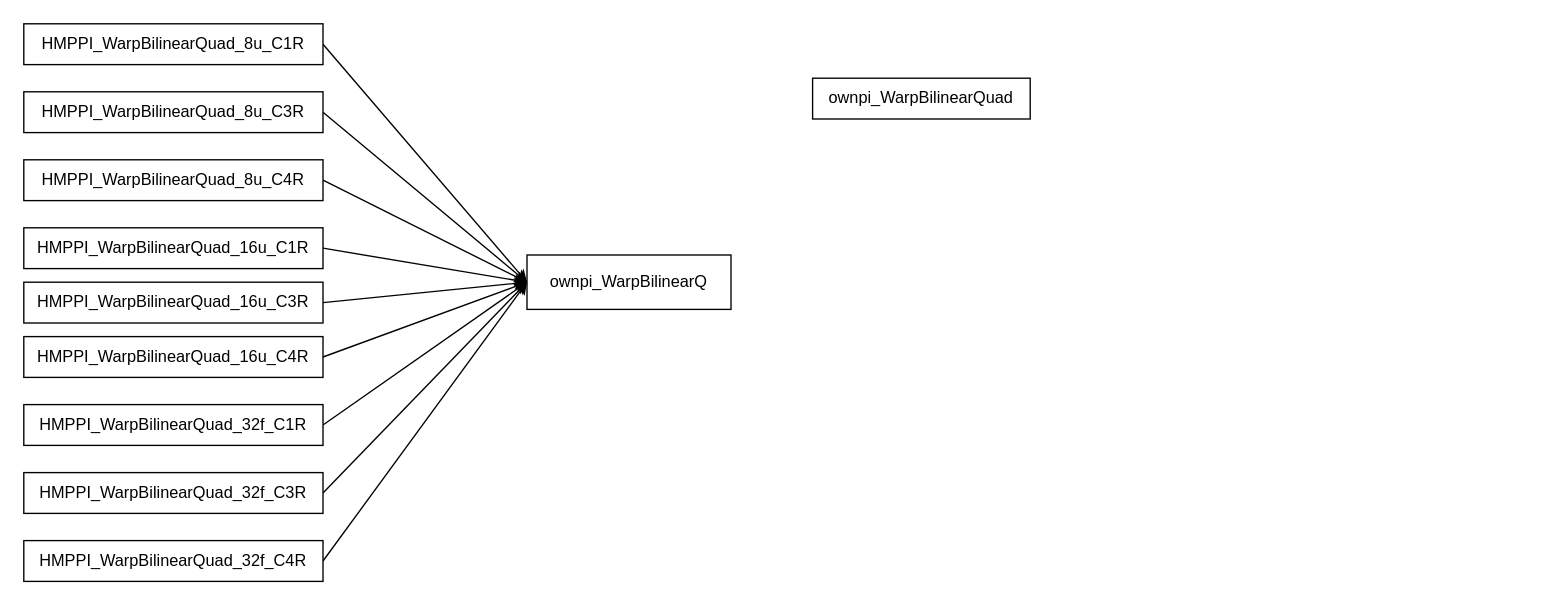
The draw.io diagram Untitled Diagram.drawio in liyanhhh/draw, before the edit. Source tidied: cells renumbered, new cells numbered last; positions are measured from the earlier drawing's top-left corner, leaving out a move shared by most shapes. Both pictures are drawn from the tidied source at 136%, with x=0, y=0 at pixel (23, 23).
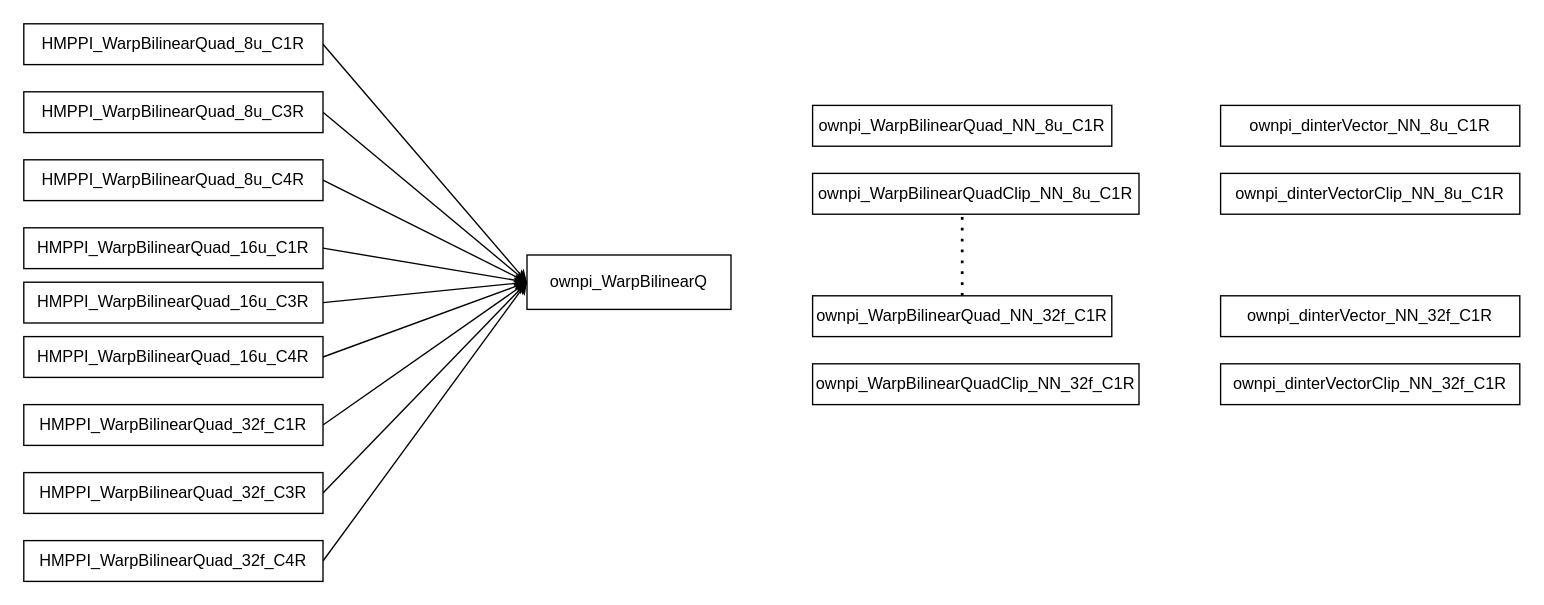
After the change.

The edit, as a diff of the source:
```diff
@@
-    <mxCell id="3" value="ownpi_WarpBilinearQuad" style="rounded=0;whiteSpace=wrap;html=1;" parent="1" vertex="1">
-      <mxGeometry x="580" y="40" width="160" height="30" as="geometry" />
+    <mxCell id="3" value="ownpi_WarpBilinearQuad_NN_8u_C1R" style="rounded=0;whiteSpace=wrap;html=1;" parent="1" vertex="1">
+      <mxGeometry x="580" y="60" width="220" height="30" as="geometry" />
     </mxCell>
@@
+    <mxCell id="22" value="ownpi_dinterVector_NN_8u_C1R" style="rounded=0;whiteSpace=wrap;html=1;" parent="1" vertex="1">
+      <mxGeometry x="880" y="60" width="220" height="30" as="geometry" />
+    </mxCell>
+    <mxCell id="23" value="ownpi_WarpBilinearQuadClip_NN_8u_C1R" style="rounded=0;whiteSpace=wrap;html=1;" parent="1" vertex="1">
+      <mxGeometry x="580" y="110" width="240" height="30" as="geometry" />
+    </mxCell>
+    <mxCell id="24" value="ownpi_dinterVectorClip_NN_8u_C1R" style="rounded=0;whiteSpace=wrap;html=1;" parent="1" vertex="1">
+      <mxGeometry x="880" y="110" width="220" height="30" as="geometry" />
+    </mxCell>
+    <mxCell id="25" style="endArrow=none;dashed=1;html=1;dashPattern=1 3;strokeWidth=2;rounded=0;" parent="1" edge="1">
+      <mxGeometry relative="1" as="geometry">
+        <mxPoint x="690" y="200" as="sourcePoint" />
+        <mxPoint x="690" y="140" as="targetPoint" />
+      </mxGeometry>
+    </mxCell>
+    <mxCell id="26" value="ownpi_WarpBilinearQuad_NN_32f_C1R" style="rounded=0;whiteSpace=wrap;html=1;" parent="1" vertex="1">
+      <mxGeometry x="580" y="200" width="220" height="30" as="geometry" />
+    </mxCell>
+    <mxCell id="27" value="ownpi_WarpBilinearQuadClip_NN_32f_C1R" style="rounded=0;whiteSpace=wrap;html=1;" parent="1" vertex="1">
+      <mxGeometry x="580" y="250" width="240" height="30" as="geometry" />
+    </mxCell>
+    <mxCell id="28" value="ownpi_dinterVector_NN_32f_C1R" style="rounded=0;whiteSpace=wrap;html=1;" parent="1" vertex="1">
+      <mxGeometry x="880" y="200" width="220" height="30" as="geometry" />
+    </mxCell>
+    <mxCell id="29" value="ownpi_dinterVectorClip_NN_32f_C1R" style="rounded=0;whiteSpace=wrap;html=1;" parent="1" vertex="1">
+      <mxGeometry x="880" y="250" width="220" height="30" as="geometry" />
+    </mxCell>
```
